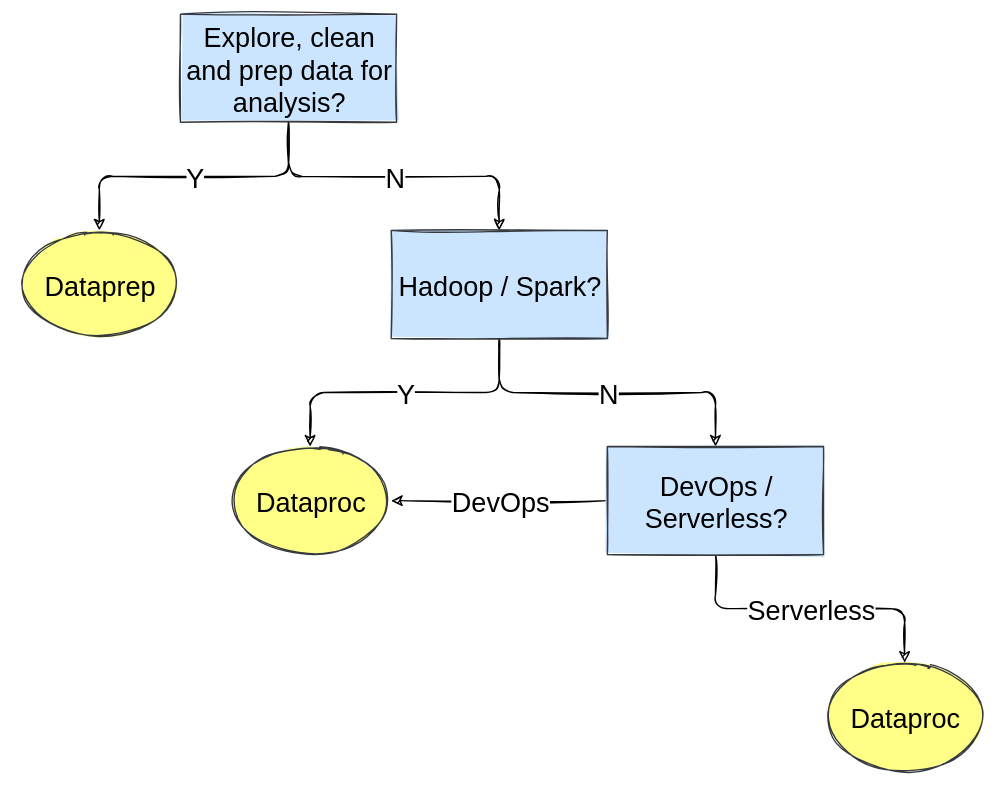
The draw.io diagram content/files/gcp_data_processing_decision_tree.svg in TheRealMattDunn/mattdunn.info, before a commit. Source tidied: cells renumbered, new cells last; positions are measured from the earlier drawing's top-left corner, leaving out a move shared by most shapes. Source of this version:
```xml
<mxGraphModel>
  <root>
    <mxCell id="0" />
    <mxCell id="1" parent="0" />
    <mxCell id="2" value="Y" style="edgeStyle=orthogonalEdgeStyle;html=1;fontSize=20;" parent="1" edge="1" source="4" target="5">
      <mxGeometry relative="1" as="geometry" />
    </mxCell>
    <mxCell id="3" value="N" style="edgeStyle=orthogonalEdgeStyle;html=1;fontSize=20;" parent="1" edge="1" source="4" target="8">
      <mxGeometry relative="1" as="geometry" />
    </mxCell>
    <mxCell id="4" value="Explore, clean and prep data for analysis?" style="rounded=0;whiteSpace=wrap;html=1;fillColor=#cce5ff;strokeColor=#36393d;sketch=1;fillStyle=solid;fontSize=20;" parent="1" vertex="1">
      <mxGeometry x="120" width="160" height="80" as="geometry" />
    </mxCell>
    <mxCell id="5" value="Dataprep" style="ellipse;whiteSpace=wrap;html=1;sketch=1;fontSize=20;gradientDirection=south;fillColor=#ffff88;strokeColor=#36393d;fillStyle=solid;" parent="1" vertex="1">
      <mxGeometry y="160" width="120" height="80" as="geometry" />
    </mxCell>
    <mxCell id="6" value="Y" style="edgeStyle=orthogonalEdgeStyle;html=1;fontSize=20;" parent="1" edge="1" source="8" target="9">
      <mxGeometry relative="1" as="geometry" />
    </mxCell>
    <mxCell id="7" value="N" style="edgeStyle=orthogonalEdgeStyle;html=1;fontSize=20;" parent="1" edge="1" source="8" target="12">
      <mxGeometry relative="1" as="geometry" />
    </mxCell>
    <mxCell id="8" value="Hadoop / Spark?" style="rounded=0;whiteSpace=wrap;html=1;fillColor=#cce5ff;strokeColor=#36393d;sketch=1;fillStyle=solid;fontSize=20;" parent="1" vertex="1">
      <mxGeometry x="276" y="160" width="160" height="80" as="geometry" />
    </mxCell>
    <mxCell id="9" value="Dataproc" style="ellipse;whiteSpace=wrap;html=1;sketch=1;fontSize=20;gradientDirection=south;fillColor=#ffff88;strokeColor=#36393d;fillStyle=solid;" parent="1" vertex="1">
      <mxGeometry x="156" y="320" width="120" height="80" as="geometry" />
    </mxCell>
    <mxCell id="10" value="Serverless" style="edgeStyle=orthogonalEdgeStyle;html=1;fontSize=20;" parent="1" edge="1" source="12" target="13">
      <mxGeometry relative="1" as="geometry" />
    </mxCell>
    <mxCell id="11" value="DevOps" style="edgeStyle=orthogonalEdgeStyle;html=1;fontSize=20;" parent="1" edge="1" source="12" target="9">
      <mxGeometry relative="1" as="geometry" />
    </mxCell>
    <mxCell id="12" value="DevOps / Serverless?" style="rounded=0;whiteSpace=wrap;html=1;fillColor=#cce5ff;strokeColor=#36393d;sketch=1;fillStyle=solid;fontSize=20;" parent="1" vertex="1">
      <mxGeometry x="436" y="320" width="160" height="80" as="geometry" />
    </mxCell>
    <mxCell id="13" value="Dataproc" style="ellipse;whiteSpace=wrap;html=1;sketch=1;fontSize=20;gradientDirection=south;fillColor=#ffff88;strokeColor=#36393d;fillStyle=solid;" parent="1" vertex="1">
      <mxGeometry x="596" y="480" width="120" height="80" as="geometry" />
    </mxCell>
  </root>
</mxGraphModel>
```
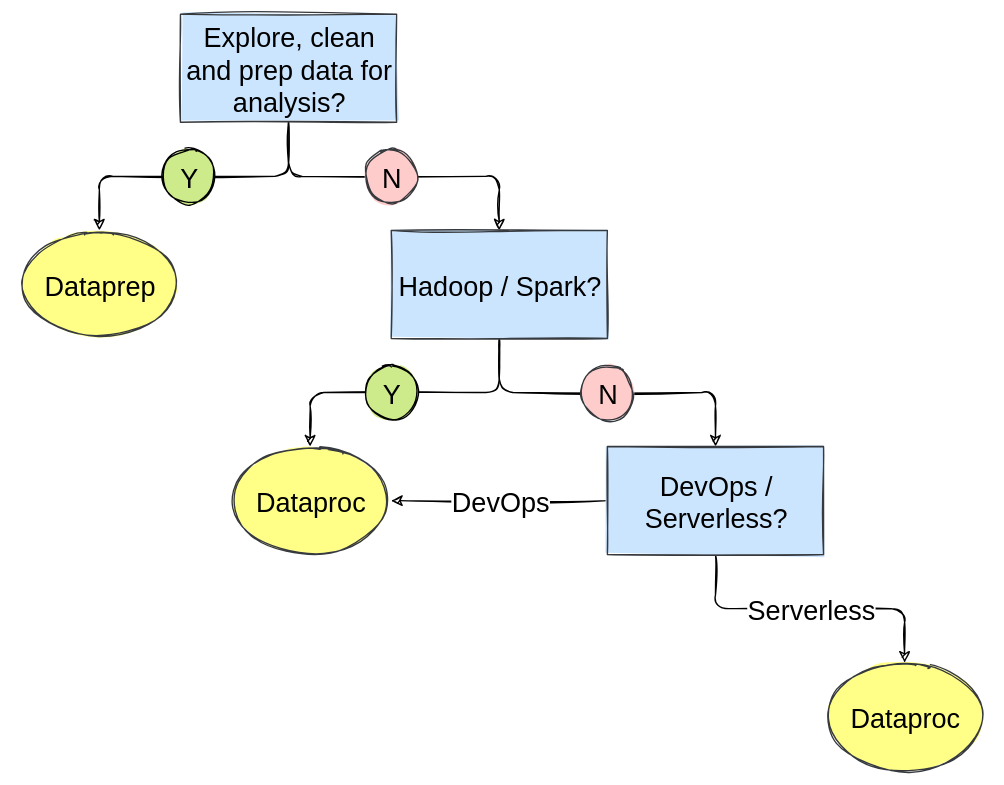
Later version of the same file.

Diff of the diagram source:
```diff
@@ -2,10 +2,10 @@
   <root>
     <mxCell id="0" />
     <mxCell id="1" parent="0" />
-    <mxCell id="2" value="Y" style="edgeStyle=orthogonalEdgeStyle;html=1;fontSize=20;" parent="1" edge="1" source="4" target="5">
+    <mxCell id="2" style="edgeStyle=orthogonalEdgeStyle;html=1;fontSize=20;" parent="1" edge="1" source="4" target="5">
       <mxGeometry relative="1" as="geometry" />
     </mxCell>
-    <mxCell id="3" value="N" style="edgeStyle=orthogonalEdgeStyle;html=1;fontSize=20;" parent="1" edge="1" source="4" target="8">
+    <mxCell id="3" style="edgeStyle=orthogonalEdgeStyle;html=1;fontSize=20;" parent="1" edge="1" source="4" target="8">
       <mxGeometry relative="1" as="geometry" />
     </mxCell>
     <mxCell id="4" value="Explore, clean and prep data for analysis?" style="rounded=0;whiteSpace=wrap;html=1;fillColor=#cce5ff;strokeColor=#36393d;sketch=1;fillStyle=solid;fontSize=20;" parent="1" vertex="1">
@@ -14,10 +14,10 @@
     <mxCell id="5" value="Dataprep" style="ellipse;whiteSpace=wrap;html=1;sketch=1;fontSize=20;gradientDirection=south;fillColor=#ffff88;strokeColor=#36393d;fillStyle=solid;" parent="1" vertex="1">
       <mxGeometry y="160" width="120" height="80" as="geometry" />
     </mxCell>
-    <mxCell id="6" value="Y" style="edgeStyle=orthogonalEdgeStyle;html=1;fontSize=20;" parent="1" edge="1" source="8" target="9">
+    <mxCell id="6" style="edgeStyle=orthogonalEdgeStyle;html=1;fontSize=20;" parent="1" edge="1" source="8" target="9">
       <mxGeometry relative="1" as="geometry" />
     </mxCell>
-    <mxCell id="7" value="N" style="edgeStyle=orthogonalEdgeStyle;html=1;fontSize=20;" parent="1" edge="1" source="8" target="12">
+    <mxCell id="7" style="edgeStyle=orthogonalEdgeStyle;html=1;fontSize=20;" parent="1" edge="1" source="8" target="12">
       <mxGeometry relative="1" as="geometry" />
     </mxCell>
     <mxCell id="8" value="Hadoop / Spark?" style="rounded=0;whiteSpace=wrap;html=1;fillColor=#cce5ff;strokeColor=#36393d;sketch=1;fillStyle=solid;fontSize=20;" parent="1" vertex="1">
@@ -38,5 +38,17 @@
     <mxCell id="13" value="Dataproc" style="ellipse;whiteSpace=wrap;html=1;sketch=1;fontSize=20;gradientDirection=south;fillColor=#ffff88;strokeColor=#36393d;fillStyle=solid;" parent="1" vertex="1">
       <mxGeometry x="596" y="480" width="120" height="80" as="geometry" />
     </mxCell>
+    <mxCell id="14" value="Y" style="ellipse;whiteSpace=wrap;html=1;sketch=1;fontSize=20;fillColor=#cdeb8b;gradientDirection=south;fillStyle=solid;" parent="1" vertex="1">
+      <mxGeometry x="106" y="100" width="40" height="40" as="geometry" />
+    </mxCell>
+    <mxCell id="15" value="Y" style="ellipse;whiteSpace=wrap;html=1;sketch=1;fontSize=20;fillColor=#cdeb8b;gradientDirection=south;fillStyle=solid;" parent="1" vertex="1">
+      <mxGeometry x="256" y="260" width="40" height="40" as="geometry" />
+    </mxCell>
+    <mxCell id="16" value="N" style="ellipse;whiteSpace=wrap;html=1;sketch=1;fontSize=20;fillColor=#ffcccc;gradientDirection=south;fillStyle=solid;strokeColor=#36393d;" parent="1" vertex="1">
+      <mxGeometry x="256" y="100" width="40" height="40" as="geometry" />
+    </mxCell>
+    <mxCell id="17" value="N" style="ellipse;whiteSpace=wrap;html=1;sketch=1;fontSize=20;fillColor=#ffcccc;gradientDirection=south;fillStyle=solid;strokeColor=#36393d;" parent="1" vertex="1">
+      <mxGeometry x="416" y="260" width="40" height="40" as="geometry" />
+    </mxCell>
   </root>
 </mxGraphModel>
```
